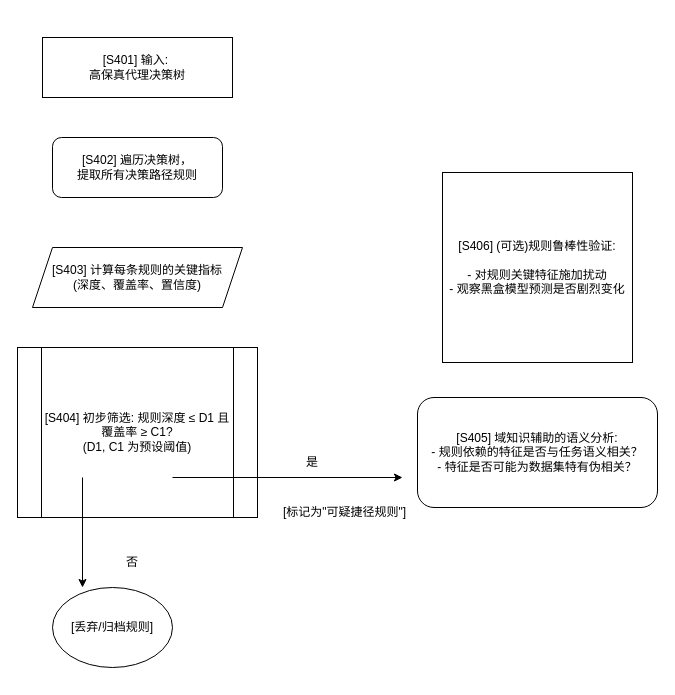
This is 05.drawio from Jerrywjr/ISE_microfossil, a draw.io file, before an edit. Source tidied: cells renumbered, new cells numbered last; positions are measured from the earlier drawing's top-left corner, leaving out a move shared by most shapes. Both pictures are drawn from the tidied source at 100%, with x=0, y=0 at pixel (17, 37).
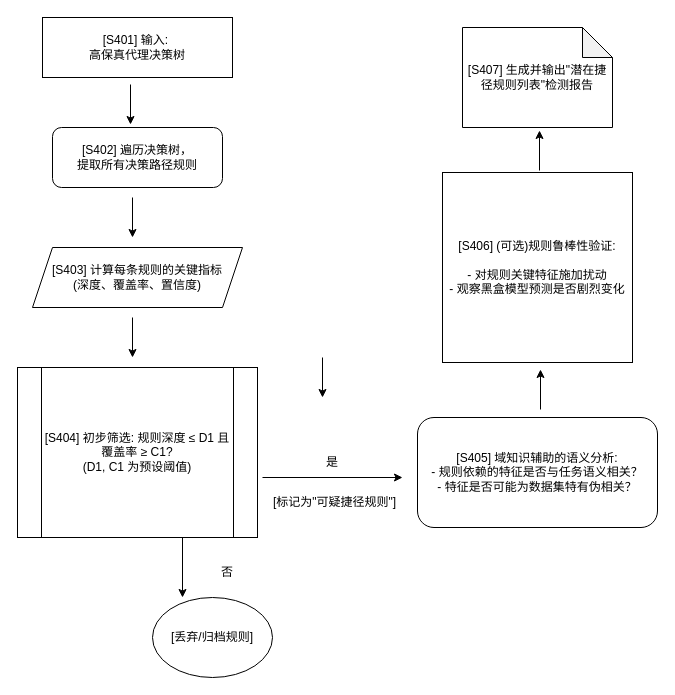
After the change.

What changed in the source:
```diff
@@
     <mxCell id="2" value="[S401] 输入:&amp;nbsp;&lt;div&gt;高保真代理决策树&lt;/div&gt;" style="rounded=0;whiteSpace=wrap;html=1;" parent="1" vertex="1">
-      <mxGeometry x="25" width="190" height="60" as="geometry" />
+      <mxGeometry x="25" y="-20" width="190" height="60" as="geometry" />
     </mxCell>
     <mxCell id="3" value="[S402] 遍历决策树，&lt;div&gt;提取所有决策路径规则&lt;/div&gt;" style="rounded=1;whiteSpace=wrap;html=1;" parent="1" vertex="1">
-      <mxGeometry x="35" y="100" width="170" height="60" as="geometry" />
+      <mxGeometry x="35" y="90" width="170" height="60" as="geometry" />
     </mxCell>
@@
     <mxCell id="5" value="&lt;div&gt;[S404] 初步筛选: 规则深度 ≤ D1 且 覆盖率 ≥ C1?&lt;/div&gt;&lt;div&gt;(D1, C1 为预设阈值)&lt;/div&gt;" style="shape=process;whiteSpace=wrap;html=1;backgroundOutline=1;" parent="1" vertex="1">
-      <mxGeometry y="310" width="240" height="170" as="geometry" />
+      <mxGeometry y="330" width="240" height="170" as="geometry" />
     </mxCell>
     <mxCell id="6" style="endArrow=classic;html=1;rounded=0;" parent="1" edge="1">
       <mxGeometry relative="1" as="geometry">
-        <mxPoint x="65" y="440" as="sourcePoint" />
-        <mxPoint x="65" y="550" as="targetPoint" />
+        <mxPoint x="165" y="500" as="sourcePoint" />
+        <mxPoint x="165" y="560" as="targetPoint" />
       </mxGeometry>
     </mxCell>
     <mxCell id="7" value="否" style="text;html=1;whiteSpace=wrap;strokeColor=none;fillColor=none;align=center;verticalAlign=middle;rounded=0;" parent="1" vertex="1">
-      <mxGeometry x="85" y="510" width="60" height="30" as="geometry" />
+      <mxGeometry x="180" y="520" width="60" height="30" as="geometry" />
     </mxCell>
     <mxCell id="8" value="[丢弃/归档规则]" style="ellipse;whiteSpace=wrap;html=1;" parent="1" vertex="1">
-      <mxGeometry x="35" y="550" width="120" height="80" as="geometry" />
+      <mxGeometry x="135" y="560" width="120" height="80" as="geometry" />
     </mxCell>
     <mxCell id="9" value="是" style="text;html=1;whiteSpace=wrap;strokeColor=none;fillColor=none;align=center;verticalAlign=middle;rounded=0;" parent="1" vertex="1">
-      <mxGeometry x="265" y="410" width="60" height="30" as="geometry" />
+      <mxGeometry x="285" y="410" width="60" height="30" as="geometry" />
     </mxCell>
     <mxCell id="10" style="endArrow=classic;html=1;rounded=0;" parent="1" edge="1">
       <mxGeometry relative="1" as="geometry">
-        <mxPoint x="155" y="440" as="sourcePoint" />
+        <mxPoint x="245" y="440" as="sourcePoint" />
         <mxPoint x="385" y="440" as="targetPoint" />
       </mxGeometry>
     </mxCell>
     <mxCell id="11" value="[标记为&quot;可疑捷径规则&quot;]" style="text;html=1;whiteSpace=wrap;strokeColor=none;fillColor=none;align=center;verticalAlign=middle;rounded=0;" parent="1" vertex="1">
-      <mxGeometry x="255" y="460" width="145" height="30" as="geometry" />
+      <mxGeometry x="245" y="450" width="145" height="30" as="geometry" />
     </mxCell>
     <mxCell id="12" value="&lt;div&gt;[S405] 域知识辅助的语义分析:&lt;/div&gt;&lt;div&gt;- 规则依赖的特征是否与任务语义相关？&lt;/div&gt;&lt;div&gt;- 特征是否可能为数据集特有伪相关？&lt;/div&gt;" style="rounded=1;whiteSpace=wrap;html=1;" parent="1" vertex="1">
-      <mxGeometry x="400" y="360" width="240" height="110" as="geometry" />
+      <mxGeometry x="400" y="380" width="240" height="110" as="geometry" />
     </mxCell>
@@
+    <mxCell id="14" value="[S407] 生成并输出&quot;潜在捷径规则列表&quot;检测报告" style="shape=note;whiteSpace=wrap;html=1;backgroundOutline=1;darkOpacity=0.05;" parent="1" vertex="1">
+      <mxGeometry x="445" y="-10" width="150" height="100" as="geometry" />
+    </mxCell>
+    <mxCell id="15" style="endArrow=classic;html=1;rounded=0;" parent="1" edge="1">
+      <mxGeometry relative="1" as="geometry">
+        <mxPoint x="305" y="320" as="sourcePoint" />
+        <mxPoint x="305" y="360" as="targetPoint" />
+      </mxGeometry>
+    </mxCell>
+    <mxCell id="16" style="endArrow=classic;html=1;rounded=0;" parent="1" edge="1">
+      <mxGeometry relative="1" as="geometry">
+        <mxPoint x="522" y="133" as="sourcePoint" />
+        <mxPoint x="522" y="93" as="targetPoint" />
+      </mxGeometry>
+    </mxCell>
+    <mxCell id="17" style="endArrow=classic;html=1;rounded=0;" parent="1" edge="1">
+      <mxGeometry relative="1" as="geometry">
+        <mxPoint x="523" y="372" as="sourcePoint" />
+        <mxPoint x="523" y="332" as="targetPoint" />
+      </mxGeometry>
+    </mxCell>
+    <mxCell id="18" style="endArrow=classic;html=1;rounded=0;" parent="1" edge="1">
+      <mxGeometry relative="1" as="geometry">
+        <mxPoint x="115" y="280" as="sourcePoint" />
+        <mxPoint x="115" y="320" as="targetPoint" />
+      </mxGeometry>
+    </mxCell>
+    <mxCell id="19" style="endArrow=classic;html=1;rounded=0;" parent="1" edge="1">
+      <mxGeometry relative="1" as="geometry">
+        <mxPoint x="115" y="160" as="sourcePoint" />
+        <mxPoint x="115" y="200" as="targetPoint" />
+      </mxGeometry>
+    </mxCell>
+    <mxCell id="20" style="endArrow=classic;html=1;rounded=0;" parent="1" edge="1">
+      <mxGeometry relative="1" as="geometry">
+        <mxPoint x="113" y="47" as="sourcePoint" />
+        <mxPoint x="113" y="87" as="targetPoint" />
+      </mxGeometry>
+    </mxCell>
```
